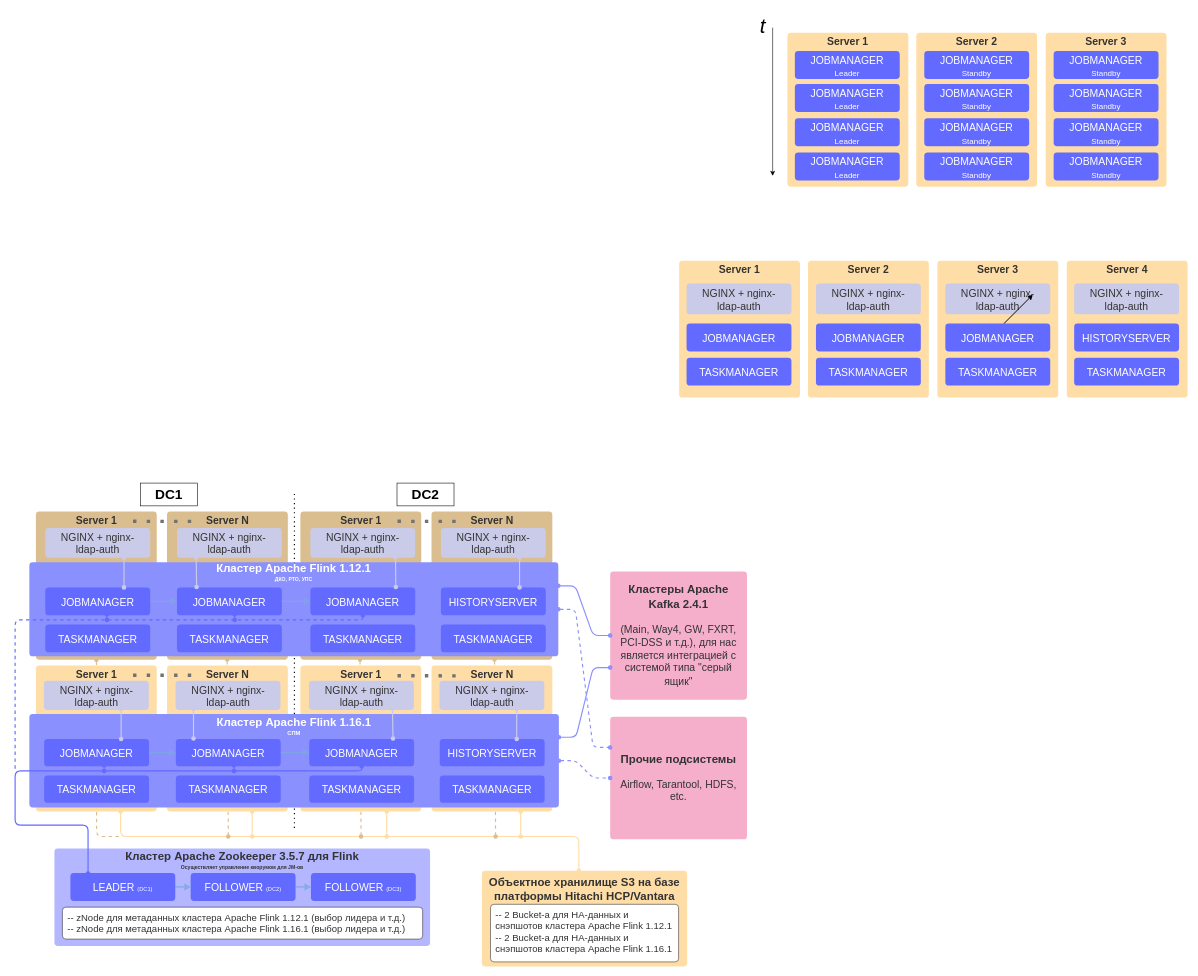
Above: Flink 2.drawio in parametriq/diagrams (draw.io), before the change. Source tidied: cells renumbered, new cells numbered last; positions are measured from the earlier drawing's top-left corner, leaving out a move shared by most shapes. Both pictures are drawn from the tidied source at 57%, with x=0, y=0 at pixel (15, 10).
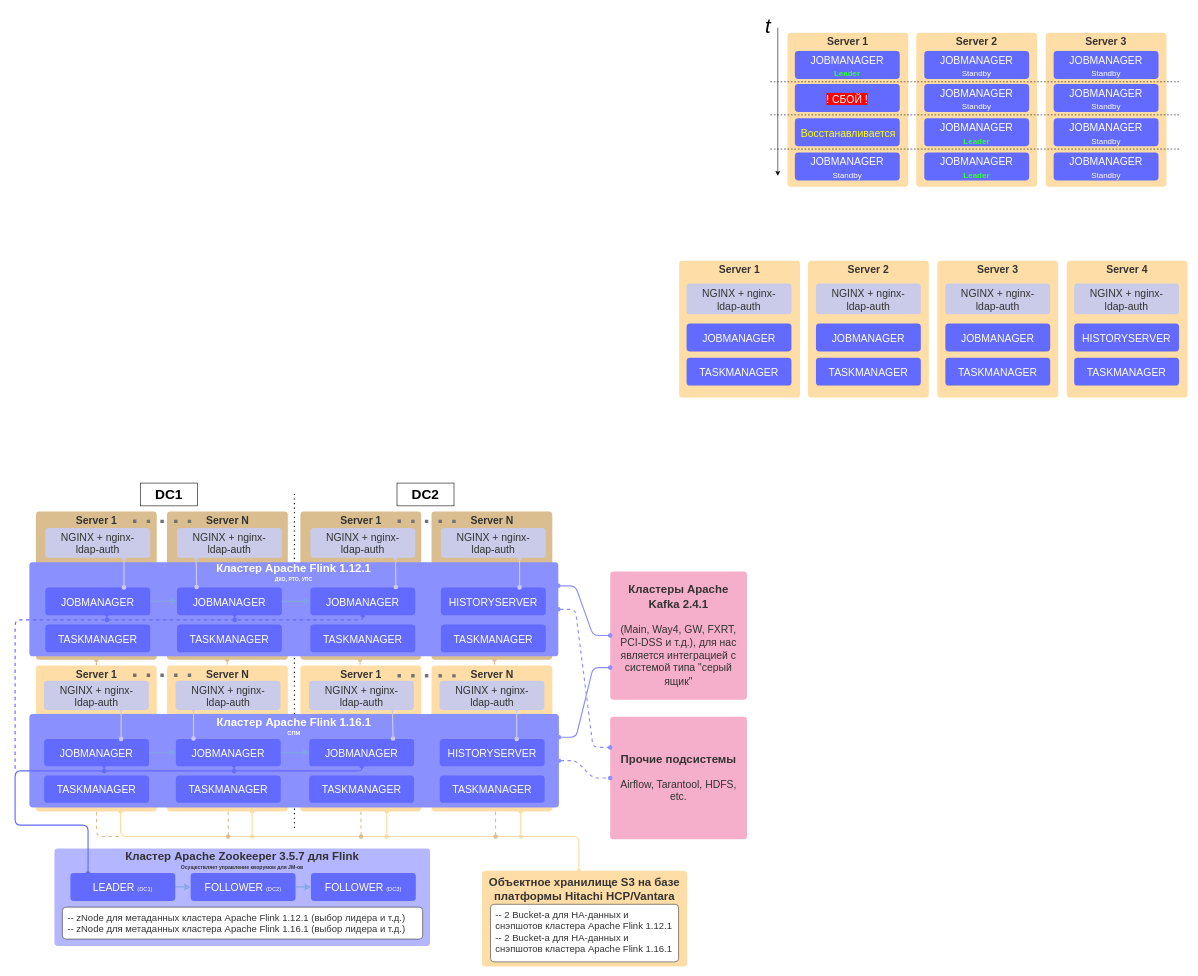
Above is the later version.

Change to the diagram source:
```diff
@@
-    <mxCell id="9" value="JOBMANAGER&lt;br&gt;&lt;font style=&quot;font-size: 14px;&quot;&gt;Leader&lt;/font&gt;" style="html=1;overflow=block;blockSpacing=1;whiteSpace=wrap;fontSize=18.3;fontColor=#ffffff;align=center;spacingLeft=8.4;spacingRight=8.4;spacingTop=2.4;spacing=3.6;strokeOpacity=0;fillOpacity=100;rounded=1;absoluteArcSize=1;arcSize=12;fillColor=#636aff;strokeWidth=0.8;" parent="1" vertex="1">
+    <mxCell id="9" value="JOBMANAGER&lt;br&gt;&lt;font color=&quot;#33ff33&quot; style=&quot;font-size: 14px;&quot;&gt;&lt;b&gt;Leader&lt;/b&gt;&lt;/font&gt;" style="html=1;overflow=block;blockSpacing=1;whiteSpace=wrap;fontSize=18.3;fontColor=#ffffff;align=center;spacingLeft=8.4;spacingRight=8.4;spacingTop=2.4;spacing=3.6;strokeOpacity=0;fillOpacity=100;rounded=1;absoluteArcSize=1;arcSize=12;fillColor=#636aff;strokeWidth=0.8;" parent="1" vertex="1">
       <mxGeometry x="1368" y="72" width="184" height="49" as="geometry" />
     </mxCell>
@@
-    <mxCell id="106" style="endArrow=classic;html=1;rounded=0;" parent="1" edge="1">
-      <mxGeometry relative="1" as="geometry">
-        <mxPoint x="1735" y="550" as="sourcePoint" />
-        <mxPoint x="1785" y="500" as="targetPoint" />
-      </mxGeometry>
-    </mxCell>
-    <mxCell id="107" style="endArrow=classic;html=1;rounded=0;" parent="1" edge="1">
-      <mxGeometry relative="1" as="geometry">
-        <mxPoint x="1735" y="550" as="sourcePoint" />
-        <mxPoint x="1785" y="500" as="targetPoint" />
-      </mxGeometry>
-    </mxCell>
     <mxCell id="108" style="endArrow=classic;html=1;rounded=0;" parent="1" edge="1">
       <mxGeometry relative="1" as="geometry">
-        <mxPoint x="1329" y="31" as="sourcePoint" />
-        <mxPoint x="1329" y="291" as="targetPoint" />
+        <mxPoint x="1338" y="31" as="sourcePoint" />
+        <mxPoint x="1338" y="291" as="targetPoint" />
       </mxGeometry>
     </mxCell>
     <mxCell id="109" value="&lt;i&gt;&lt;font style=&quot;font-size: 36px;&quot;&gt;t&lt;/font&gt;&lt;/i&gt;" style="text;whiteSpace=wrap;html=1;" parent="1" vertex="1">
-      <mxGeometry x="1305" width="20" height="40" as="geometry" />
+      <mxGeometry x="1314" width="20" height="40" as="geometry" />
     </mxCell>
-    <mxCell id="110" value="JOBMANAGER&lt;br&gt;&lt;font style=&quot;font-size: 14px;&quot;&gt;Leader&lt;/font&gt;" style="html=1;overflow=block;blockSpacing=1;whiteSpace=wrap;fontSize=18.3;fontColor=#ffffff;align=center;spacingLeft=8.4;spacingRight=8.4;spacingTop=2.4;spacing=3.6;strokeOpacity=0;fillOpacity=100;rounded=1;absoluteArcSize=1;arcSize=12;fillColor=#636aff;strokeWidth=0.8;" parent="1" vertex="1">
+    <mxCell id="110" value="&lt;span style=&quot;background-color: rgb(255, 0, 0);&quot;&gt;! СБОЙ ! &lt;br&gt;&lt;/span&gt;" style="html=1;overflow=block;blockSpacing=1;whiteSpace=wrap;fontSize=18.3;fontColor=#ffffff;align=center;spacingLeft=8.4;spacingRight=8.4;spacingTop=2.4;spacing=3.6;strokeOpacity=0;fillOpacity=100;rounded=1;absoluteArcSize=1;arcSize=12;fillColor=#636aff;strokeWidth=0.8;" parent="1" vertex="1">
       <mxGeometry x="1368" y="130" width="184" height="49" as="geometry" />
     </mxCell>
@@
-    <mxCell id="113" value="JOBMANAGER&lt;br&gt;&lt;font style=&quot;font-size: 14px;&quot;&gt;Leader&lt;/font&gt;" style="html=1;overflow=block;blockSpacing=1;whiteSpace=wrap;fontSize=18.3;fontColor=#ffffff;align=center;spacingLeft=8.4;spacingRight=8.4;spacingTop=2.4;spacing=3.6;strokeOpacity=0;fillOpacity=100;rounded=1;absoluteArcSize=1;arcSize=12;fillColor=#636aff;strokeWidth=0.8;" parent="1" vertex="1">
+    <mxCell id="113" value="&lt;font color=&quot;#ffff00&quot;&gt;Восстанавливается&lt;/font&gt;" style="html=1;overflow=block;blockSpacing=1;whiteSpace=wrap;fontSize=18.3;fontColor=#ffffff;align=center;spacingLeft=8.4;spacingRight=8.4;spacingTop=2.4;spacing=3.6;strokeOpacity=0;fillOpacity=100;rounded=1;absoluteArcSize=1;arcSize=12;fillColor=#636aff;strokeWidth=0.8;" parent="1" vertex="1">
       <mxGeometry x="1368" y="190" width="184" height="49" as="geometry" />
     </mxCell>
-    <mxCell id="114" value="JOBMANAGER&lt;br&gt;&lt;font style=&quot;font-size: 14px;&quot;&gt;Standby&lt;/font&gt;" style="html=1;overflow=block;blockSpacing=1;whiteSpace=wrap;fontSize=18.3;fontColor=#ffffff;align=center;spacingLeft=8.4;spacingRight=8.4;spacingTop=2.4;spacing=3.6;strokeOpacity=0;fillOpacity=100;rounded=1;absoluteArcSize=1;arcSize=12;fillColor=#636aff;strokeWidth=0.8;" parent="1" vertex="1">
+    <mxCell id="114" value="JOBMANAGER&lt;br&gt;&lt;font color=&quot;#33ff33&quot; style=&quot;font-size: 14px;&quot;&gt;&lt;b&gt;Leader&lt;/b&gt;&lt;/font&gt;" style="html=1;overflow=block;blockSpacing=1;whiteSpace=wrap;fontSize=18.3;fontColor=#ffffff;align=center;spacingLeft=8.4;spacingRight=8.4;spacingTop=2.4;spacing=3.6;strokeOpacity=0;fillOpacity=100;rounded=1;absoluteArcSize=1;arcSize=12;fillColor=#636aff;strokeWidth=0.8;" parent="1" vertex="1">
       <mxGeometry x="1595" y="190" width="184" height="49" as="geometry" />
     </mxCell>
@@
-    <mxCell id="116" value="JOBMANAGER&lt;br&gt;&lt;font style=&quot;font-size: 14px;&quot;&gt;Leader&lt;/font&gt;" style="html=1;overflow=block;blockSpacing=1;whiteSpace=wrap;fontSize=18.3;fontColor=#ffffff;align=center;spacingLeft=8.4;spacingRight=8.4;spacingTop=2.4;spacing=3.6;strokeOpacity=0;fillOpacity=100;rounded=1;absoluteArcSize=1;arcSize=12;fillColor=#636aff;strokeWidth=0.8;" parent="1" vertex="1">
+    <mxCell id="116" value="JOBMANAGER&lt;br&gt;&lt;font style=&quot;font-size: 14px;&quot;&gt;Standby&lt;/font&gt;" style="html=1;overflow=block;blockSpacing=1;whiteSpace=wrap;fontSize=18.3;fontColor=#ffffff;align=center;spacingLeft=8.4;spacingRight=8.4;spacingTop=2.4;spacing=3.6;strokeOpacity=0;fillOpacity=100;rounded=1;absoluteArcSize=1;arcSize=12;fillColor=#636aff;strokeWidth=0.8;" parent="1" vertex="1">
       <mxGeometry x="1368" y="250" width="184" height="49" as="geometry" />
     </mxCell>
-    <mxCell id="117" value="JOBMANAGER&lt;br&gt;&lt;font style=&quot;font-size: 14px;&quot;&gt;Standby&lt;/font&gt;" style="html=1;overflow=block;blockSpacing=1;whiteSpace=wrap;fontSize=18.3;fontColor=#ffffff;align=center;spacingLeft=8.4;spacingRight=8.4;spacingTop=2.4;spacing=3.6;strokeOpacity=0;fillOpacity=100;rounded=1;absoluteArcSize=1;arcSize=12;fillColor=#636aff;strokeWidth=0.8;" parent="1" vertex="1">
+    <mxCell id="117" value="JOBMANAGER&lt;br&gt;&lt;font color=&quot;#33ff33&quot; style=&quot;font-size: 14px;&quot;&gt;&lt;b&gt;Leader&lt;/b&gt;&lt;/font&gt;" style="html=1;overflow=block;blockSpacing=1;whiteSpace=wrap;fontSize=18.3;fontColor=#ffffff;align=center;spacingLeft=8.4;spacingRight=8.4;spacingTop=2.4;spacing=3.6;strokeOpacity=0;fillOpacity=100;rounded=1;absoluteArcSize=1;arcSize=12;fillColor=#636aff;strokeWidth=0.8;" parent="1" vertex="1">
       <mxGeometry x="1595" y="250" width="184" height="49" as="geometry" />
     </mxCell>
@@
+    <mxCell id="119" style="endArrow=none;dashed=1;html=1;rounded=0;" parent="1" edge="1">
+      <mxGeometry relative="1" as="geometry">
+        <mxPoint x="1325" y="126" as="sourcePoint" />
+        <mxPoint x="2045" y="126" as="targetPoint" />
+      </mxGeometry>
+    </mxCell>
+    <mxCell id="120" style="endArrow=none;dashed=1;html=1;rounded=0;" parent="1" edge="1">
+      <mxGeometry relative="1" as="geometry">
+        <mxPoint x="1325" y="184" as="sourcePoint" />
+        <mxPoint x="2045" y="184" as="targetPoint" />
+      </mxGeometry>
+    </mxCell>
+    <mxCell id="121" style="endArrow=none;dashed=1;html=1;rounded=0;" parent="1" edge="1">
+      <mxGeometry relative="1" as="geometry">
+        <mxPoint x="1325" y="244" as="sourcePoint" />
+        <mxPoint x="2045" y="244" as="targetPoint" />
+      </mxGeometry>
+    </mxCell>
```
